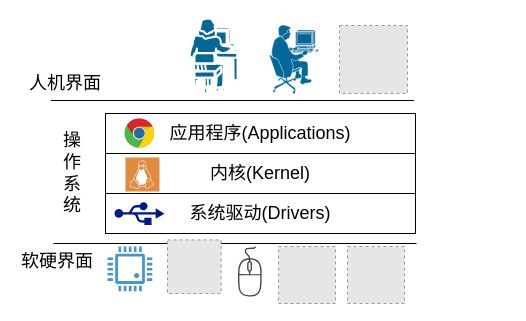
This is ch1/img/OperatingSystem.drawio from gaoyichao/XiaoTuOSBook, a draw.io file, before an edit. Source tidied: cells renumbered, new cells numbered last; positions are measured from the earlier drawing's top-left corner, leaving out a move shared by most shapes. Both pictures are drawn from the tidied source at 100%, with x=0, y=0 at pixel (17, 18). Pictures stored in the file or linked from it are replaced by grey dashed boxes.
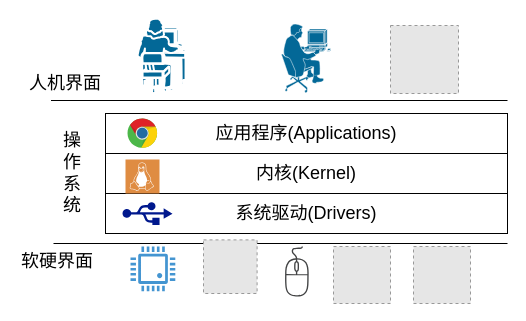
The same diagram, later.

Diff of the diagram source:
```diff
@@
-    <mxCell id="2" style="group;" parent="1" vertex="1">
-      <mxGeometry width="399" height="285" as="geometry" />
-    </mxCell>
+    <mxCell id="23" style="group;" parent="1" vertex="1">
+      <mxGeometry width="490" height="285" as="geometry" />
+    </mxCell>
-    <mxCell id="3" style="endArrow=none;html=1;rounded=0;fontSize=18;" parent="2" edge="1">
+    <mxCell id="3" style="endArrow=none;html=1;rounded=0;fontSize=18;" parent="23" edge="1">
       <mxGeometry relative="1" as="geometry">
         <mxPoint x="36" y="225" as="sourcePoint" />
-        <mxPoint x="399" y="225" as="targetPoint" />
+        <mxPoint x="490" y="225" as="targetPoint" />
       </mxGeometry>
     </mxCell>
-    <mxCell id="4" style="endArrow=none;html=1;rounded=0;fontSize=18;" parent="2" edge="1">
+    <mxCell id="4" style="endArrow=none;html=1;rounded=0;fontSize=18;" parent="23" edge="1">
       <mxGeometry relative="1" as="geometry">
         <mxPoint x="33.5" y="82" as="sourcePoint" />
-        <mxPoint x="396.5" y="82" as="targetPoint" />
+        <mxPoint x="490" y="82" as="targetPoint" />
       </mxGeometry>
     </mxCell>
-    <mxCell id="5" value="人机界面" style="text;html=1;strokeColor=none;fillColor=none;align=center;verticalAlign=middle;whiteSpace=wrap;rounded=0;fontSize=18;" parent="2" vertex="1">
+    <mxCell id="5" value="人机界面" style="text;html=1;strokeColor=none;fillColor=none;align=center;verticalAlign=middle;whiteSpace=wrap;rounded=0;fontSize=18;" parent="23" vertex="1">
       <mxGeometry x="8" y="50" width="80" height="30" as="geometry" />
     </mxCell>
-    <mxCell id="6" value="软硬界面" style="text;html=1;strokeColor=none;fillColor=none;align=center;verticalAlign=middle;whiteSpace=wrap;rounded=0;fontSize=18;" parent="2" vertex="1">
+    <mxCell id="6" value="软硬界面" style="text;html=1;strokeColor=none;fillColor=none;align=center;verticalAlign=middle;whiteSpace=wrap;rounded=0;fontSize=18;" parent="23" vertex="1">
       <mxGeometry y="228" width="80" height="30" as="geometry" />
     </mxCell>
-    <mxCell id="7" style="shape=mxgraph.cisco.people.pc_man;html=1;dashed=0;fillColor=#036897;strokeColor=#ffffff;strokeWidth=2;verticalLabelPosition=bottom;verticalAlign=top;align=center;fontSize=18;" parent="2" vertex="1">
-      <mxGeometry x="252" y="6" width="50" height="70" as="geometry" />
+    <mxCell id="7" style="shape=mxgraph.cisco.people.pc_man;html=1;dashed=0;fillColor=#036897;strokeColor=#ffffff;strokeWidth=2;verticalLabelPosition=bottom;verticalAlign=top;align=center;fontSize=18;" parent="23" vertex="1">
+      <mxGeometry x="264" y="5" width="50" height="70" as="geometry" />
     </mxCell>
-    <mxCell id="8" style="shape=mxgraph.cisco.people.mac_woman;html=1;dashed=0;fillColor=#036897;strokeColor=#ffffff;strokeWidth=2;verticalLabelPosition=bottom;verticalAlign=top;align=center;fontSize=18;" parent="2" vertex="1">
-      <mxGeometry x="172" width="50" height="80" as="geometry" />
+    <mxCell id="8" style="shape=mxgraph.cisco.people.mac_woman;html=1;dashed=0;fillColor=#036897;strokeColor=#ffffff;strokeWidth=2;verticalLabelPosition=bottom;verticalAlign=top;align=center;fontSize=18;" parent="23" vertex="1">
+      <mxGeometry x="120" width="50" height="80" as="geometry" />
     </mxCell>
-    <mxCell id="9" style="fillColor=#E6E6E6;strokeColor=#999999;dashed=1;html=1;verticalAlign=top;verticalLabelPosition=bottom;labelBackgroundColor=#ffffff;fontSize=18;" parent="2" vertex="1">
-      <mxGeometry x="322" y="7" width="68" height="68" as="geometry" />
+    <mxCell id="9" style="fillColor=#E6E6E6;strokeColor=#999999;dashed=1;html=1;verticalAlign=top;verticalLabelPosition=bottom;labelBackgroundColor=#ffffff;fontSize=18;" parent="23" vertex="1">
+      <mxGeometry x="373" y="7" width="68" height="68" as="geometry" />
     </mxCell>
-    <mxCell id="10" style="shadow=0;dashed=0;html=1;strokeColor=none;fillColor=#4495D1;labelPosition=center;verticalLabelPosition=bottom;verticalAlign=top;align=center;shape=mxgraph.veeam.cpu;fontSize=18;" parent="2" vertex="1">
-      <mxGeometry x="90" y="228" width="44.8" height="44.8" as="geometry" />
+    <mxCell id="10" style="shadow=0;dashed=0;html=1;strokeColor=none;fillColor=#4495D1;labelPosition=center;verticalLabelPosition=bottom;verticalAlign=top;align=center;shape=mxgraph.veeam.cpu;fontSize=18;" parent="23" vertex="1">
+      <mxGeometry x="113" y="228" width="44.8" height="44.8" as="geometry" />
     </mxCell>
-    <mxCell id="11" style="fillColor=#E6E6E6;strokeColor=#999999;dashed=1;html=1;verticalAlign=top;verticalLabelPosition=bottom;labelBackgroundColor=#ffffff;fontSize=18;" parent="2" vertex="1">
-      <mxGeometry x="150" y="221.4" width="53.6" height="53.6" as="geometry" />
+    <mxCell id="11" style="fillColor=#E6E6E6;strokeColor=#999999;dashed=1;html=1;verticalAlign=top;verticalLabelPosition=bottom;labelBackgroundColor=#ffffff;fontSize=18;" parent="23" vertex="1">
+      <mxGeometry x="186" y="221.4" width="53.6" height="53.6" as="geometry" />
     </mxCell>
-    <mxCell id="12" style="sketch=0;shadow=0;dashed=0;html=1;strokeColor=none;fillColor=#434445;labelPosition=center;verticalLabelPosition=bottom;verticalAlign=top;align=center;shape=mxgraph.vvd.mouse;fontSize=18;" parent="2" vertex="1">
-      <mxGeometry x="220" y="228" width="24.5" height="50" as="geometry" />
+    <mxCell id="12" style="sketch=0;shadow=0;dashed=0;html=1;strokeColor=none;fillColor=#434445;labelPosition=center;verticalLabelPosition=bottom;verticalAlign=top;align=center;shape=mxgraph.vvd.mouse;fontSize=18;" parent="23" vertex="1">
+      <mxGeometry x="267" y="228" width="24.5" height="50" as="geometry" />
     </mxCell>
-    <mxCell id="13" style="fillColor=#E6E6E6;strokeColor=#999999;dashed=1;html=1;verticalAlign=top;verticalLabelPosition=bottom;labelBackgroundColor=#ffffff;fontSize=18;" parent="2" vertex="1">
-      <mxGeometry x="261" y="228" width="57" height="57" as="geometry" />
+    <mxCell id="13" style="fillColor=#E6E6E6;strokeColor=#999999;dashed=1;html=1;verticalAlign=top;verticalLabelPosition=bottom;labelBackgroundColor=#ffffff;fontSize=18;" parent="23" vertex="1">
+      <mxGeometry x="316" y="228" width="57" height="57" as="geometry" />
     </mxCell>
-    <mxCell id="14" style="group;" parent="2" vertex="1">
-      <mxGeometry x="88" y="95" width="310" height="120" as="geometry" />
+    <mxCell id="14" style="group;" parent="23" vertex="1">
+      <mxGeometry x="88" y="95" width="402" height="120" as="geometry" />
     </mxCell>
     <mxCell id="15" value="内核(Kernel)" style="rounded=0;whiteSpace=wrap;html=1;fontSize=18;" parent="14" vertex="1">
-      <mxGeometry y="40" width="310" height="40" as="geometry" />
+      <mxGeometry y="40" width="402" height="40" as="geometry" />
     </mxCell>
     <mxCell id="16" value="应用程序(Applications)" style="rounded=0;whiteSpace=wrap;html=1;fontSize=18;" parent="14" vertex="1">
-      <mxGeometry width="310" height="40" as="geometry" />
+      <mxGeometry width="402" height="40" as="geometry" />
     </mxCell>
     <mxCell id="17" value="系统驱动(Drivers)" style="rounded=0;whiteSpace=wrap;html=1;fontSize=18;" parent="14" vertex="1">
-      <mxGeometry y="80" width="310" height="40" as="geometry" />
+      <mxGeometry y="80" width="402" height="40" as="geometry" />
     </mxCell>
+    <mxCell id="19" style="dashed=0;html=1;align=center;labelPosition=center;verticalLabelPosition=bottom;verticalAlign=top;shape=mxgraph.weblogos.chrome;fontSize=18;" parent="14" vertex="1">
+      <mxGeometry x="22" y="5" width="30" height="30" as="geometry" />
+    </mxCell>
     <mxCell id="18" style="sketch=0;shadow=0;dashed=0;html=1;strokeColor=none;fillColor=#DF8C42;labelPosition=center;verticalLabelPosition=bottom;verticalAlign=top;align=center;shape=mxgraph.veeam2.linux;fontSize=18;" parent="14" vertex="1">
-      <mxGeometry x="20" y="44" width="34" height="34" as="geometry" />
+      <mxGeometry x="20" y="46" width="34" height="34" as="geometry" />
     </mxCell>
-    <mxCell id="19" style="dashed=0;html=1;align=center;labelPosition=center;verticalLabelPosition=bottom;verticalAlign=top;shape=mxgraph.weblogos.chrome;fontSize=18;" parent="14" vertex="1">
-      <mxGeometry x="19" y="5" width="30" height="30" as="geometry" />
-    </mxCell>
     <mxCell id="20" style="sketch=0;shadow=0;dashed=0;html=1;strokeColor=none;labelPosition=center;verticalLabelPosition=bottom;verticalAlign=top;align=center;fillColor=#00188D;shape=mxgraph.mscae.enterprise.usb;fontSize=18;" parent="14" vertex="1">
-      <mxGeometry x="9" y="88.5" width="50" height="23" as="geometry" />
+      <mxGeometry x="17" y="88.5" width="50" height="23" as="geometry" />
     </mxCell>
-    <mxCell id="21" style="fillColor=#E6E6E6;strokeColor=#999999;dashed=1;html=1;verticalAlign=top;verticalLabelPosition=bottom;labelBackgroundColor=#ffffff;fontSize=18;" parent="2" vertex="1">
-      <mxGeometry x="330" y="228" width="57" height="57" as="geometry" />
+    <mxCell id="21" style="fillColor=#E6E6E6;strokeColor=#999999;dashed=1;html=1;verticalAlign=top;verticalLabelPosition=bottom;labelBackgroundColor=#ffffff;fontSize=18;" parent="23" vertex="1">
+      <mxGeometry x="396" y="228" width="57" height="57" as="geometry" />
     </mxCell>
-    <mxCell id="22" value="操作系统" style="text;html=1;strokeColor=none;fillColor=none;align=center;verticalAlign=middle;whiteSpace=wrap;rounded=0;fontSize=18;" parent="2" vertex="1">
+    <mxCell id="22" value="操作系统" style="text;html=1;strokeColor=none;fillColor=none;align=center;verticalAlign=middle;whiteSpace=wrap;rounded=0;fontSize=18;" parent="23" vertex="1">
       <mxGeometry x="40" y="105" width="30" height="100" as="geometry" />
     </mxCell>
```
